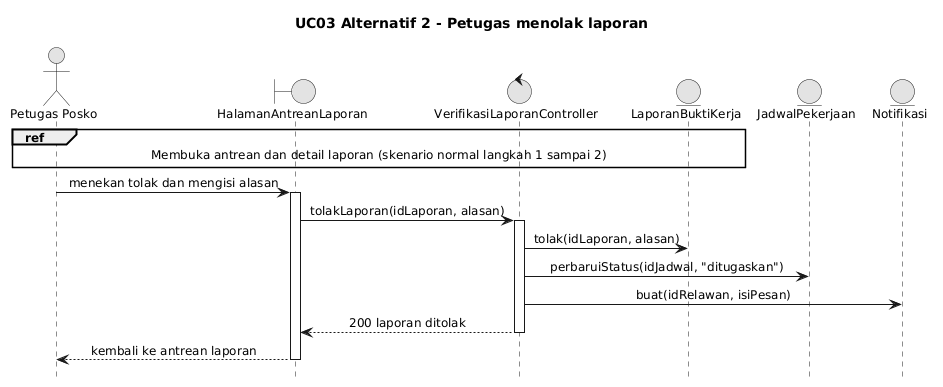
Above: docs/M8/assets/diagram/sequence-diagram-03-alt2.png in Levvroy/IF2150-RPL-K01-G08 (PlantUML), before the change. Source of this version:
```plantuml
@startuml
skinparam monochrome true
skinparam shadowing false
skinparam defaultFontName Arial
skinparam defaultFontSize 12
skinparam sequenceMessageAlign center
skinparam responseMessageBelowArrow true

hide footbox
title UC03 Alternatif 2 - Petugas menolak laporan
actor "Petugas Posko" as P
boundary HalamanAntreanLaporan as V
control VerifikasiLaporanController as C
entity LaporanBuktiKerja as B
entity JadwalPekerjaan as J
entity Notifikasi as N

ref over P, V, C, B : Membuka antrean dan detail laporan (skenario normal langkah 1 sampai 2)

P -> V : menekan tolak dan mengisi alasan
activate V
V -> C : tolakLaporan(idLaporan, alasan)
activate C
C -> B : tolak(idLaporan, alasan)
C -> J : perbaruiStatus(idJadwal, "ditugaskan")
C -> N : buat(idRelawan, isiPesan)
C --> V : 200 laporan ditolak
deactivate C
V --> P : kembali ke antrean laporan
deactivate V
@enduml
```
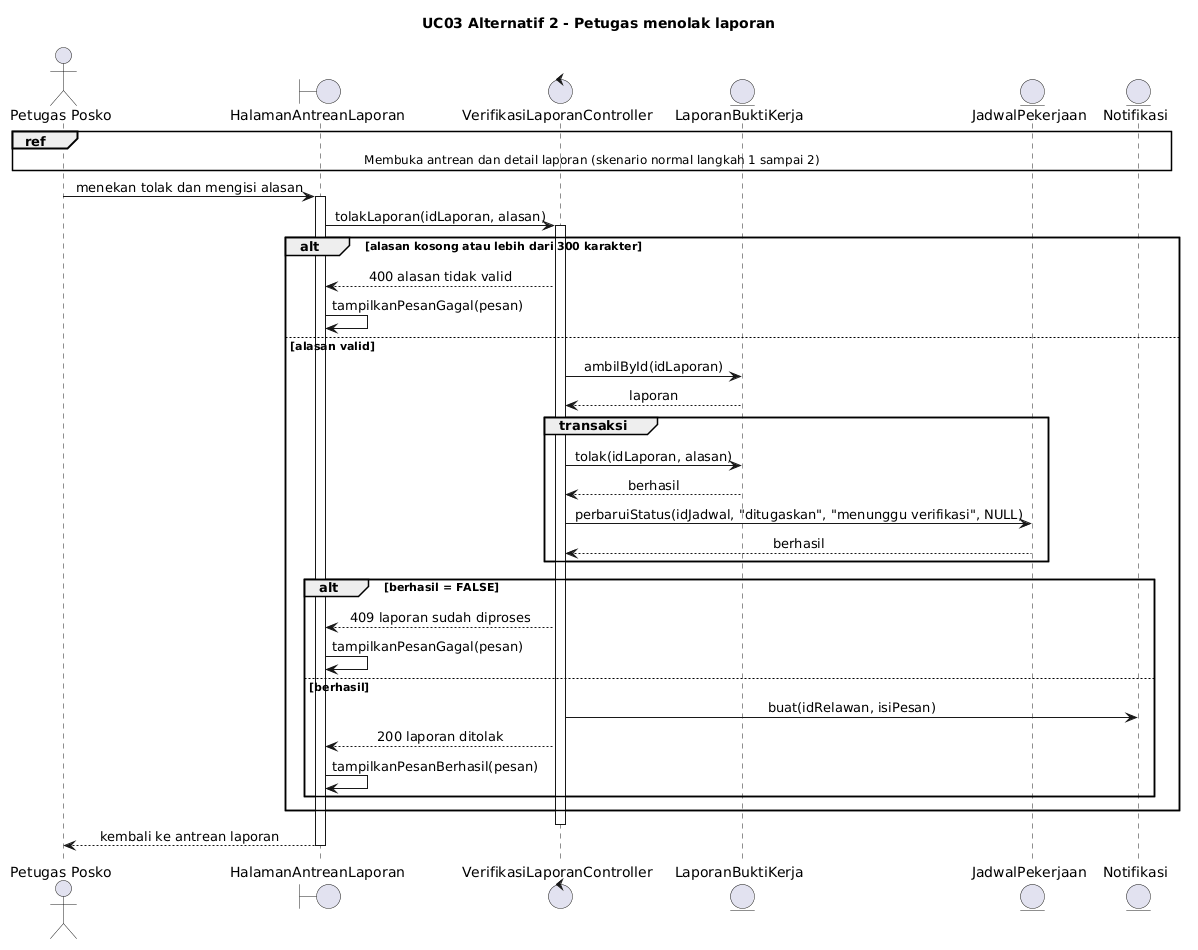
The same diagram one commit later.

Commit message:
docs: perbarui diagram kelas dan sequence UC03

What changed in the source:
```diff
@@ -1,31 +1,48 @@
 @startuml
-skinparam monochrome true
+title UC03 Alternatif 2 - Petugas menolak laporan
+
 skinparam shadowing false
-skinparam defaultFontName Arial
-skinparam defaultFontSize 12
 skinparam sequenceMessageAlign center
-skinparam responseMessageBelowArrow true
 
-hide footbox
-title UC03 Alternatif 2 - Petugas menolak laporan
-actor "Petugas Posko" as P
-boundary HalamanAntreanLaporan as V
-control VerifikasiLaporanController as C
-entity LaporanBuktiKerja as B
-entity JadwalPekerjaan as J
-entity Notifikasi as N
+actor "Petugas Posko" as Petugas
+boundary HalamanAntreanLaporan as Halaman
+control VerifikasiLaporanController as Controller
+entity LaporanBuktiKerja as Laporan
+entity JadwalPekerjaan as Jadwal
+entity Notifikasi as Notif
 
-ref over P, V, C, B : Membuka antrean dan detail laporan (skenario normal langkah 1 sampai 2)
+ref over Petugas, Notif : Membuka antrean dan detail laporan (skenario normal langkah 1 sampai 2)
 
-P -> V : menekan tolak dan mengisi alasan
-activate V
-V -> C : tolakLaporan(idLaporan, alasan)
-activate C
-C -> B : tolak(idLaporan, alasan)
-C -> J : perbaruiStatus(idJadwal, "ditugaskan")
-C -> N : buat(idRelawan, isiPesan)
-C --> V : 200 laporan ditolak
-deactivate C
-V --> P : kembali ke antrean laporan
-deactivate V
+Petugas -> Halaman : menekan tolak dan mengisi alasan
+activate Halaman
+Halaman -> Controller : tolakLaporan(idLaporan, alasan)
+activate Controller
+
+alt alasan kosong atau lebih dari 300 karakter
+  Controller --> Halaman : 400 alasan tidak valid
+  Halaman -> Halaman : tampilkanPesanGagal(pesan)
+else alasan valid
+  Controller -> Laporan : ambilById(idLaporan)
+  Laporan --> Controller : laporan
+
+  group transaksi
+    Controller -> Laporan : tolak(idLaporan, alasan)
+    Laporan --> Controller : berhasil
+    Controller -> Jadwal : perbaruiStatus(idJadwal, "ditugaskan", "menunggu verifikasi", NULL)
+    Jadwal --> Controller : berhasil
+  end
+
+  alt berhasil = FALSE
+    Controller --> Halaman : 409 laporan sudah diproses
+    Halaman -> Halaman : tampilkanPesanGagal(pesan)
+  else berhasil
+    Controller -> Notif : buat(idRelawan, isiPesan)
+    Controller --> Halaman : 200 laporan ditolak
+    Halaman -> Halaman : tampilkanPesanBerhasil(pesan)
+  end
+end
+deactivate Controller
+
+Halaman --> Petugas : kembali ke antrean laporan
+deactivate Halaman
 @enduml
```
